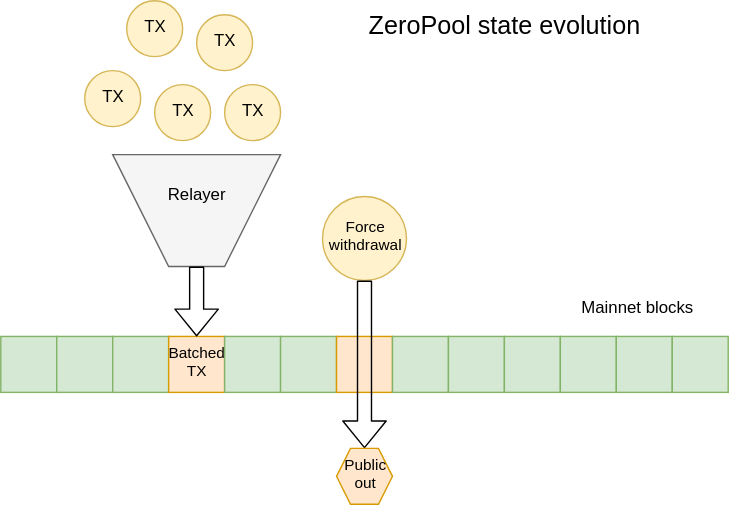
snjax/drawio keeps this draw.io diagram as stableunit7.svg. Above is the earlier version. Source tidied: cells renumbered, new cells last; positions are measured from the earlier drawing's top-left corner, leaving out a move shared by most shapes.
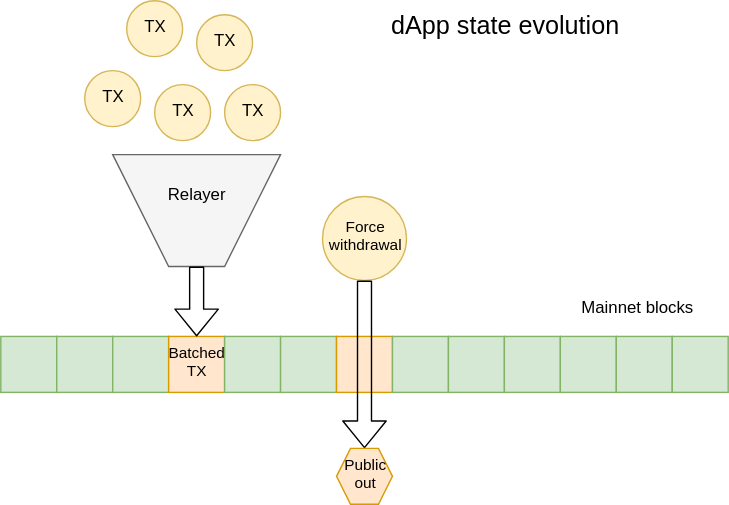
Later version of the same file.

Change to the diagram source:
```diff
@@ -74,7 +74,7 @@
     <mxCell id="25" value="Public&lt;br&gt;out" style="shape=hexagon;perimeter=hexagonPerimeter2;whiteSpace=wrap;html=1;fontSize=11;fillColor=#ffe6cc;strokeColor=#d79b00;" parent="1" vertex="1">
       <mxGeometry x="240" y="320" width="40" height="40" as="geometry" />
     </mxCell>
-    <mxCell id="26" value="ZeroPool state evolution" style="text;html=1;strokeColor=none;fillColor=none;align=center;verticalAlign=middle;whiteSpace=wrap;rounded=0;fontSize=18;" parent="1" vertex="1">
+    <mxCell id="26" value="dApp state evolution" style="text;html=1;strokeColor=none;fillColor=none;align=center;verticalAlign=middle;whiteSpace=wrap;rounded=0;fontSize=18;" parent="1" vertex="1">
       <mxGeometry x="240" width="240" height="40" as="geometry" />
     </mxCell>
     <mxCell id="27" value="&lt;font style=&quot;font-size: 12px&quot;&gt;Mainnet blocks&lt;/font&gt;" style="text;html=1;strokeColor=none;fillColor=none;align=center;verticalAlign=middle;whiteSpace=wrap;rounded=0;fontSize=18;" parent="1" vertex="1">
```
